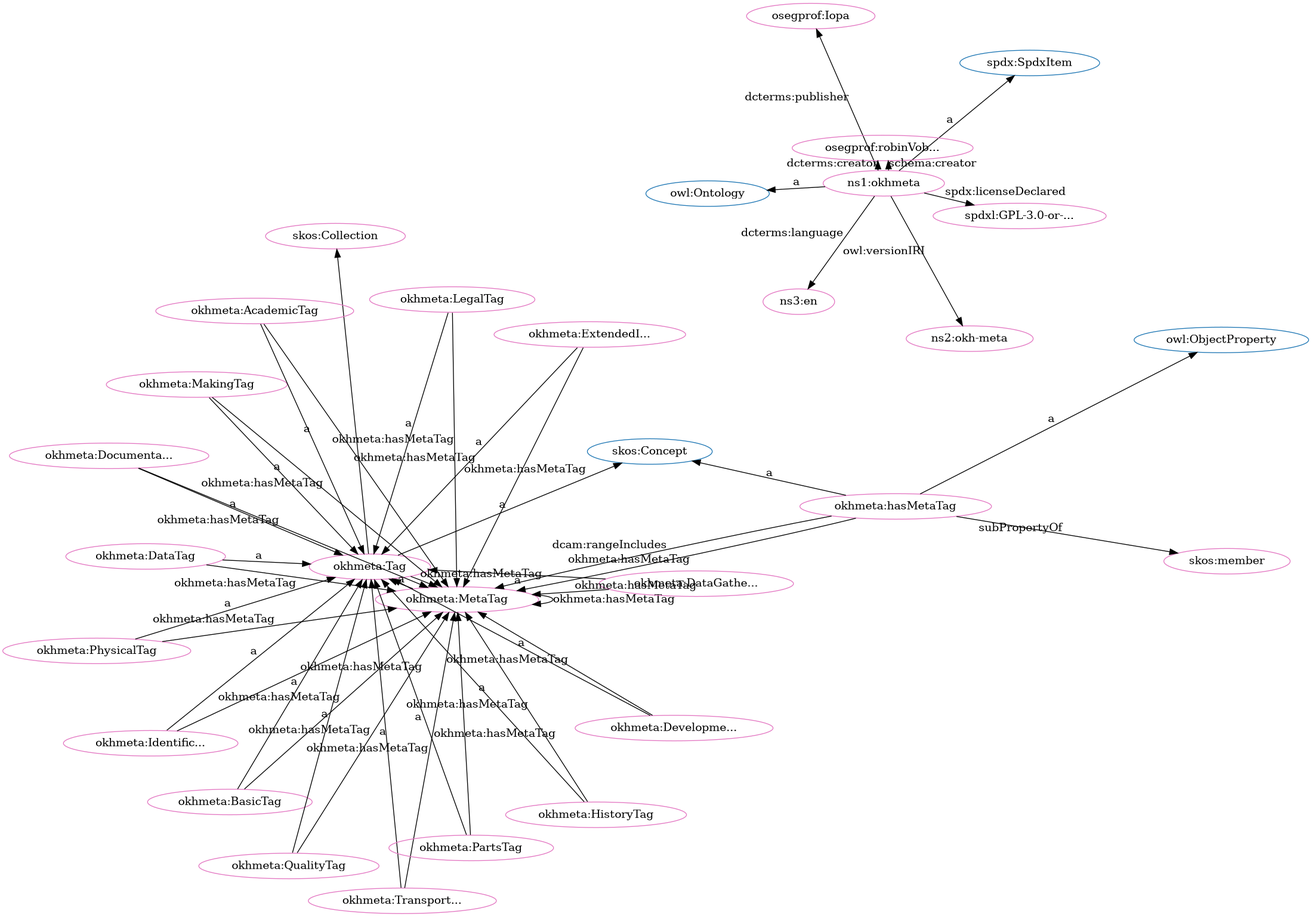
The Graphviz diagram src/spec/fdp_okh-meta.png in iop-alliance/OpenKnowHow, before a commit. Its source is kept beside it as src/spec/fdp_okh-meta.dot.
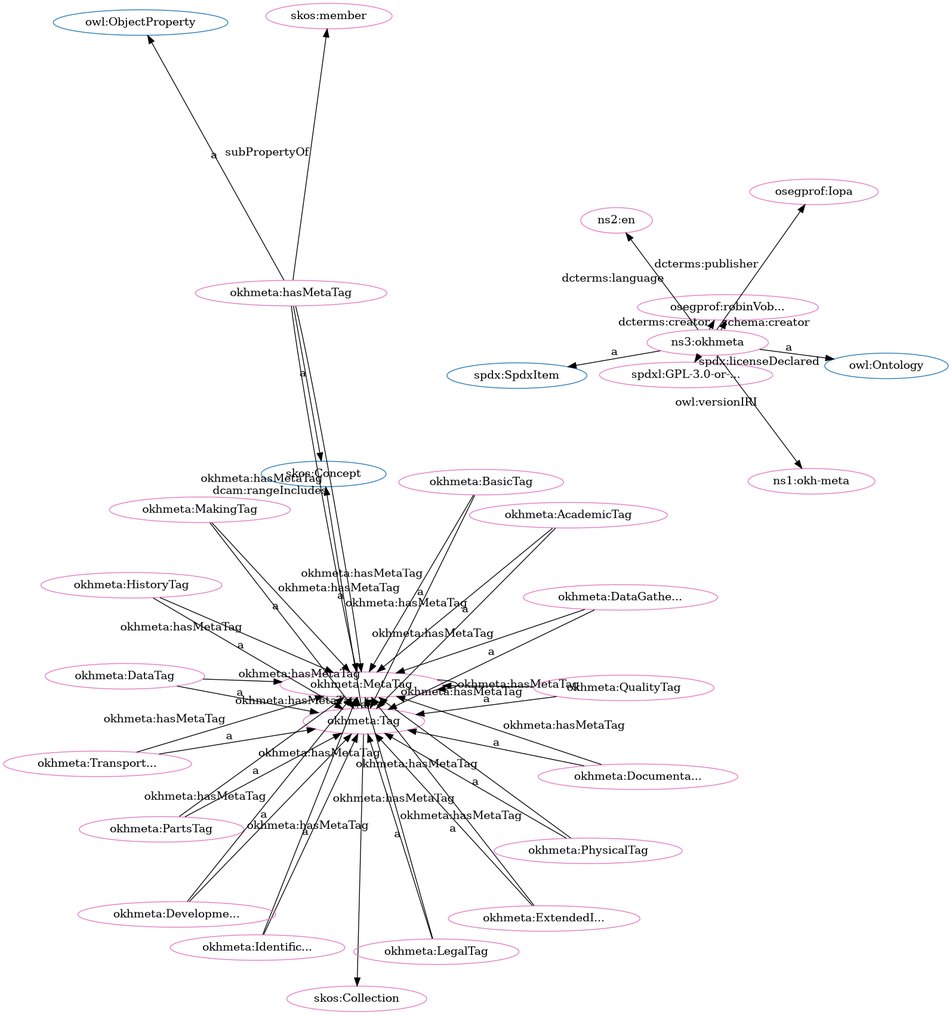
After the change.

What changed in the source:
```diff
@@ -1,84 +1,84 @@
 digraph G {
   rankdir=BT
   node[height=.3]
-"http://www.w3.org/2002/07/owl#Ontology" [fillcolor="#1f77b4" color="#1f77b4" label="owl:Ontology"]
+"http://w3id.org/oseg/ont/okhmeta#Tag" [fillcolor="#1f77b4" color="#1f77b4" label="okhmeta:Tag"]
+"http://spdx.org/rdf/terms#SpdxItem" [fillcolor="#1f77b4" color="#1f77b4" label="spdx:SpdxItem"]
 "http://www.w3.org/2004/02/skos/core#Concept" [fillcolor="#1f77b4" color="#1f77b4" label="skos:Concept"]
 "http://www.w3.org/2004/02/skos/core#Collection" [fillcolor="#1f77b4" color="#1f77b4" label="skos:Collection"]
-"http://w3id.org/oseg/ont/okhmeta#Tag" [fillcolor="#1f77b4" color="#1f77b4" label="okhmeta:Tag"]
 "http://www.w3.org/2002/07/owl#ObjectProperty" [fillcolor="#1f77b4" color="#1f77b4" label="owl:ObjectProperty"]
-"http://spdx.org/rdf/terms#SpdxItem" [fillcolor="#1f77b4" color="#1f77b4" label="spdx:SpdxItem"]
+"http://www.w3.org/2002/07/owl#Ontology" [fillcolor="#1f77b4" color="#1f77b4" label="owl:Ontology"]
+"http://w3id.org/oseg/ont/okhmeta#QualityTag" [fillcolor="#e377c2" color="#e377c2" label="okhmeta:QualityTag"]
+"http://w3id.org/oseg/ont/1.1.0/okh-meta" [fillcolor="#e377c2" color="#e377c2" label="ns1:okh-meta"]
 "http://w3id.org/oseg/ont/okhmeta#MetaTag" [fillcolor="#e377c2" color="#e377c2" label="okhmeta:MetaTag"]
-"http://w3id.org/oseg/ont/okhmeta#BasicTag" [fillcolor="#e377c2" color="#e377c2" label="okhmeta:BasicTag"]
-"http://w3id.org/oseg/ont/okhmeta#DevelopmentTag" [fillcolor="#e377c2" color="#e377c2" label="okhmeta:Developme..."]
+"http://w3id.org/oseg/ont/okhmeta#LegalTag" [fillcolor="#e377c2" color="#e377c2" label="okhmeta:LegalTag"]
+"http://w3id.org/oseg/ont/oseg-profiles#robinVobruba" [fillcolor="#e377c2" color="#e377c2" label="osegprof:robinVob..."]
+"http://w3id.org/oseg/ont/okhmeta#PhysicalTag" [fillcolor="#e377c2" color="#e377c2" label="okhmeta:PhysicalTag"]
+"http://w3id.org/oseg/ont/oseg-profiles#Iopa" [fillcolor="#e377c2" color="#e377c2" label="osegprof:Iopa"]
 "http://w3id.org/oseg/ont/okhmeta#hasMetaTag" [fillcolor="#e377c2" color="#e377c2" label="okhmeta:hasMetaTag"]
-"http://w3id.org/oseg/ont/okhmeta" [fillcolor="#e377c2" color="#e377c2" label="ns1:okhmeta"]
-"http://w3id.org/oseg/ont/oseg-profiles#Iopa" [fillcolor="#e377c2" color="#e377c2" label="osegprof:Iopa"]
+"http://id.loc.gov/vocabulary/iso639-1/en" [fillcolor="#e377c2" color="#e377c2" label="ns2:en"]
+"http://w3id.org/oseg/ont/okhmeta#TransportationTag" [fillcolor="#e377c2" color="#e377c2" label="okhmeta:Transport..."]
+"http://w3id.org/oseg/ont/okhmeta#PartsTag" [fillcolor="#e377c2" color="#e377c2" label="okhmeta:PartsTag"]
+"http://w3id.org/oseg/ont/okhmeta#IdentificationTag" [fillcolor="#e377c2" color="#e377c2" label="okhmeta:Identific..."]
+"http://w3id.org/oseg/ont/okhmeta#MakingTag" [fillcolor="#e377c2" color="#e377c2" label="okhmeta:MakingTag"]
+"http://w3id.org/oseg/ont/okhmeta#AcademicTag" [fillcolor="#e377c2" color="#e377c2" label="okhmeta:AcademicTag"]
 "http://www.w3.org/2004/02/skos/core#Collection" [fillcolor="#e377c2" color="#e377c2" label="skos:Collection"]
-"http://w3id.org/oseg/ont/okhmeta#LegalTag" [fillcolor="#e377c2" color="#e377c2" label="okhmeta:LegalTag"]
-"http://w3id.org/oseg/ont/1.1.0/okh-meta" [fillcolor="#e377c2" color="#e377c2" label="ns2:okh-meta"]
-"http://w3id.org/oseg/ont/okhmeta#DataGatheringTag" [fillcolor="#e377c2" color="#e377c2" label="okhmeta:DataGathe..."]
-"http://w3id.org/oseg/ont/oseg-profiles#robinVobruba" [fillcolor="#e377c2" color="#e377c2" label="osegprof:robinVob..."]
-"http://w3id.org/oseg/ont/okhmeta#TransportationTag" [fillcolor="#e377c2" color="#e377c2" label="okhmeta:Transport..."]
-"http://w3id.org/oseg/ont/okhmeta#MakingTag" [fillcolor="#e377c2" color="#e377c2" label="okhmeta:MakingTag"]
-"http://w3id.org/oseg/ont/okhmeta#HistoryTag" [fillcolor="#e377c2" color="#e377c2" label="okhmeta:HistoryTag"]
 "http://www.w3.org/2004/02/skos/core#member" [fillcolor="#e377c2" color="#e377c2" label="skos:member"]
-"http://w3id.org/oseg/ont/okhmeta#DataTag" [fillcolor="#e377c2" color="#e377c2" label="okhmeta:DataTag"]
-"http://w3id.org/oseg/ont/okhmeta#PartsTag" [fillcolor="#e377c2" color="#e377c2" label="okhmeta:PartsTag"]
-"http://id.loc.gov/vocabulary/iso639-1/en" [fillcolor="#e377c2" color="#e377c2" label="ns3:en"]
-"http://w3id.org/oseg/ont/okhmeta#AcademicTag" [fillcolor="#e377c2" color="#e377c2" label="okhmeta:AcademicTag"]
-"http://w3id.org/oseg/ont/okhmeta#PhysicalTag" [fillcolor="#e377c2" color="#e377c2" label="okhmeta:PhysicalTag"]
-"http://spdx.org/licenses/GPL-3.0-or-later" [fillcolor="#e377c2" color="#e377c2" label="spdxl:GPL-3.0-or-..."]
-"http://w3id.org/oseg/ont/okhmeta#QualityTag" [fillcolor="#e377c2" color="#e377c2" label="okhmeta:QualityTag"]
 "http://w3id.org/oseg/ont/okhmeta#ExtendedInfoTag" [fillcolor="#e377c2" color="#e377c2" label="okhmeta:ExtendedI..."]
 "http://w3id.org/oseg/ont/okhmeta#DocumentationTag" [fillcolor="#e377c2" color="#e377c2" label="okhmeta:Documenta..."]
-"http://w3id.org/oseg/ont/okhmeta#IdentificationTag" [fillcolor="#e377c2" color="#e377c2" label="okhmeta:Identific..."]
+"http://w3id.org/oseg/ont/okhmeta#HistoryTag" [fillcolor="#e377c2" color="#e377c2" label="okhmeta:HistoryTag"]
+"http://w3id.org/oseg/ont/okhmeta#BasicTag" [fillcolor="#e377c2" color="#e377c2" label="okhmeta:BasicTag"]
+"http://w3id.org/oseg/ont/okhmeta#DataGatheringTag" [fillcolor="#e377c2" color="#e377c2" label="okhmeta:DataGathe..."]
+"http://w3id.org/oseg/ont/okhmeta#DevelopmentTag" [fillcolor="#e377c2" color="#e377c2" label="okhmeta:Developme..."]
 "http://w3id.org/oseg/ont/okhmeta#Tag" [fillcolor="#e377c2" color="#e377c2" label="okhmeta:Tag"]
+"http://spdx.org/licenses/GPL-3.0-or-later" [fillcolor="#e377c2" color="#e377c2" label="spdxl:GPL-3.0-or-..."]
+"http://w3id.org/oseg/ont/okhmeta" [fillcolor="#e377c2" color="#e377c2" label="ns3:okhmeta"]
+"http://w3id.org/oseg/ont/okhmeta#DataTag" [fillcolor="#e377c2" color="#e377c2" label="okhmeta:DataTag"]
+  "http://w3id.org/oseg/ont/okhmeta#QualityTag" -> "http://w3id.org/oseg/ont/okhmeta#Tag" [label="a"]
+  "http://w3id.org/oseg/ont/okhmeta" -> "http://w3id.org/oseg/ont/1.1.0/okh-meta" [label="owl:versionIRI"]
+  "http://w3id.org/oseg/ont/okhmeta#hasMetaTag" -> "http://w3id.org/oseg/ont/okhmeta#MetaTag" [label="dcam:rangeIncludes"]
+  "http://w3id.org/oseg/ont/okhmeta#AcademicTag" -> "http://w3id.org/oseg/ont/okhmeta#MetaTag" [label="okhmeta:hasMetaTag"]
+  "http://w3id.org/oseg/ont/okhmeta" -> "http://w3id.org/oseg/ont/oseg-profiles#Iopa" [label="dcterms:publisher"]
+  "http://w3id.org/oseg/ont/okhmeta#DataTag" -> "http://w3id.org/oseg/ont/okhmeta#MetaTag" [label="okhmeta:hasMetaTag"]
+  "http://w3id.org/oseg/ont/okhmeta#hasMetaTag" -> "http://www.w3.org/2004/02/skos/core#Concept" [label="a"]
+  "http://w3id.org/oseg/ont/okhmeta#PartsTag" -> "http://w3id.org/oseg/ont/okhmeta#MetaTag" [label="okhmeta:hasMetaTag"]
+  "http://w3id.org/oseg/ont/okhmeta#MakingTag" -> "http://w3id.org/oseg/ont/okhmeta#MetaTag" [label="okhmeta:hasMetaTag"]
+  "http://w3id.org/oseg/ont/okhmeta#LegalTag" -> "http://w3id.org/oseg/ont/okhmeta#MetaTag" [label="okhmeta:hasMetaTag"]
+  "http://w3id.org/oseg/ont/okhmeta#PartsTag" -> "http://w3id.org/oseg/ont/okhmeta#Tag" [label="a"]
+  "http://w3id.org/oseg/ont/okhmeta#IdentificationTag" -> "http://w3id.org/oseg/ont/okhmeta#Tag" [label="a"]
+  "http://w3id.org/oseg/ont/okhmeta#DocumentationTag" -> "http://w3id.org/oseg/ont/okhmeta#MetaTag" [label="okhmeta:hasMetaTag"]
+  "http://w3id.org/oseg/ont/okhmeta#HistoryTag" -> "http://w3id.org/oseg/ont/okhmeta#MetaTag" [label="okhmeta:hasMetaTag"]
+  "http://w3id.org/oseg/ont/okhmeta#MakingTag" -> "http://w3id.org/oseg/ont/okhmeta#Tag" [label="a"]
+  "http://w3id.org/oseg/ont/okhmeta#DevelopmentTag" -> "http://w3id.org/oseg/ont/okhmeta#MetaTag" [label="okhmeta:hasMetaTag"]
+  "http://w3id.org/oseg/ont/okhmeta#hasMetaTag" -> "http://www.w3.org/2004/02/skos/core#member" [label="subPropertyOf"]
+  "http://w3id.org/oseg/ont/okhmeta#DocumentationTag" -> "http://w3id.org/oseg/ont/okhmeta#Tag" [label="a"]
+  "http://w3id.org/oseg/ont/okhmeta#HistoryTag" -> "http://w3id.org/oseg/ont/okhmeta#Tag" [label="a"]
+  "http://w3id.org/oseg/ont/okhmeta#DevelopmentTag" -> "http://w3id.org/oseg/ont/okhmeta#Tag" [label="a"]
+  "http://w3id.org/oseg/ont/okhmeta" -> "http://www.w3.org/2002/07/owl#Ontology" [label="a"]
+  "http://w3id.org/oseg/ont/okhmeta#DataTag" -> "http://w3id.org/oseg/ont/okhmeta#Tag" [label="a"]
+  "http://w3id.org/oseg/ont/okhmeta#hasMetaTag" -> "http://w3id.org/oseg/ont/okhmeta#MetaTag" [label="okhmeta:hasMetaTag"]
+  "http://w3id.org/oseg/ont/okhmeta#LegalTag" -> "http://w3id.org/oseg/ont/okhmeta#Tag" [label="a"]
+  "http://w3id.org/oseg/ont/okhmeta#Tag" -> "http://w3id.org/oseg/ont/okhmeta#MetaTag" [label="okhmeta:hasMetaTag"]
+  "http://w3id.org/oseg/ont/okhmeta#PhysicalTag" -> "http://w3id.org/oseg/ont/okhmeta#MetaTag" [label="okhmeta:hasMetaTag"]
+  "http://w3id.org/oseg/ont/okhmeta#MetaTag" -> "http://w3id.org/oseg/ont/okhmeta#Tag" [label="a"]
+  "http://w3id.org/oseg/ont/okhmeta" -> "http://spdx.org/rdf/terms#SpdxItem" [label="a"]
+  "http://w3id.org/oseg/ont/okhmeta#TransportationTag" -> "http://w3id.org/oseg/ont/okhmeta#MetaTag" [label="okhmeta:hasMetaTag"]
+  "http://w3id.org/oseg/ont/okhmeta" -> "http://w3id.org/oseg/ont/oseg-profiles#robinVobruba" [label="dcterms:creator"]
+  "http://w3id.org/oseg/ont/okhmeta#PhysicalTag" -> "http://w3id.org/oseg/ont/okhmeta#Tag" [label="a"]
+  "http://w3id.org/oseg/ont/okhmeta" -> "http://id.loc.gov/vocabulary/iso639-1/en" [label="dcterms:language"]
+  "http://w3id.org/oseg/ont/okhmeta#TransportationTag" -> "http://w3id.org/oseg/ont/okhmeta#Tag" [label="a"]
   "http://w3id.org/oseg/ont/okhmeta#MetaTag" -> "http://w3id.org/oseg/ont/okhmeta#MetaTag" [label="okhmeta:hasMetaTag"]
+  "http://w3id.org/oseg/ont/okhmeta#ExtendedInfoTag" -> "http://w3id.org/oseg/ont/okhmeta#MetaTag" [label="okhmeta:hasMetaTag"]
+  "http://w3id.org/oseg/ont/okhmeta" -> "http://w3id.org/oseg/ont/oseg-profiles#robinVobruba" [label="schema:creator"]
+  "http://w3id.org/oseg/ont/okhmeta#Tag" -> "http://www.w3.org/2004/02/skos/core#Collection" [label=""]
+  "http://w3id.org/oseg/ont/okhmeta#DataGatheringTag" -> "http://w3id.org/oseg/ont/okhmeta#MetaTag" [label="okhmeta:hasMetaTag"]
   "http://w3id.org/oseg/ont/okhmeta#hasMetaTag" -> "http://www.w3.org/2002/07/owl#ObjectProperty" [label="a"]
-  "http://w3id.org/oseg/ont/okhmeta#HistoryTag" -> "http://w3id.org/oseg/ont/okhmeta#MetaTag" [label="okhmeta:hasMetaTag"]
-  "http://w3id.org/oseg/ont/okhmeta#DataTag" -> "http://w3id.org/oseg/ont/okhmeta#MetaTag" [label="okhmeta:hasMetaTag"]
-  "http://w3id.org/oseg/ont/okhmeta#PartsTag" -> "http://w3id.org/oseg/ont/okhmeta#MetaTag" [label="okhmeta:hasMetaTag"]
-  "http://w3id.org/oseg/ont/okhmeta" -> "http://w3id.org/oseg/ont/1.1.0/okh-meta" [label="owl:versionIRI"]
-  "http://w3id.org/oseg/ont/okhmeta#AcademicTag" -> "http://w3id.org/oseg/ont/okhmeta#MetaTag" [label="okhmeta:hasMetaTag"]
+  "http://w3id.org/oseg/ont/okhmeta#ExtendedInfoTag" -> "http://w3id.org/oseg/ont/okhmeta#Tag" [label="a"]
+  "http://w3id.org/oseg/ont/okhmeta#BasicTag" -> "http://w3id.org/oseg/ont/okhmeta#Tag" [label="a"]
+  "http://w3id.org/oseg/ont/okhmeta#DataGatheringTag" -> "http://w3id.org/oseg/ont/okhmeta#Tag" [label="a"]
+  "http://w3id.org/oseg/ont/okhmeta#IdentificationTag" -> "http://w3id.org/oseg/ont/okhmeta#MetaTag" [label="okhmeta:hasMetaTag"]
   "http://w3id.org/oseg/ont/okhmeta#QualityTag" -> "http://w3id.org/oseg/ont/okhmeta#MetaTag" [label="okhmeta:hasMetaTag"]
-  "http://w3id.org/oseg/ont/okhmeta" -> "http://w3id.org/oseg/ont/oseg-profiles#robinVobruba" [label="dcterms:creator"]
-  "http://w3id.org/oseg/ont/okhmeta#MakingTag" -> "http://w3id.org/oseg/ont/okhmeta#Tag" [label="a"]
-  "http://w3id.org/oseg/ont/okhmeta#hasMetaTag" -> "http://www.w3.org/2004/02/skos/core#member" [label="subPropertyOf"]
-  "http://w3id.org/oseg/ont/okhmeta" -> "http://id.loc.gov/vocabulary/iso639-1/en" [label="dcterms:language"]
-  "http://w3id.org/oseg/ont/okhmeta#PhysicalTag" -> "http://w3id.org/oseg/ont/okhmeta#Tag" [label="a"]
+  "http://w3id.org/oseg/ont/okhmeta#Tag" -> "http://www.w3.org/2004/02/skos/core#Concept" [label="a"]
   "http://w3id.org/oseg/ont/okhmeta" -> "http://spdx.org/licenses/GPL-3.0-or-later" [label="spdx:licenseDeclared"]
-  "http://w3id.org/oseg/ont/okhmeta#hasMetaTag" -> "http://www.w3.org/2004/02/skos/core#Concept" [label="a"]
-  "http://w3id.org/oseg/ont/okhmeta#ExtendedInfoTag" -> "http://w3id.org/oseg/ont/okhmeta#Tag" [label="a"]
-  "http://w3id.org/oseg/ont/okhmeta#DocumentationTag" -> "http://w3id.org/oseg/ont/okhmeta#Tag" [label="a"]
-  "http://w3id.org/oseg/ont/okhmeta#IdentificationTag" -> "http://w3id.org/oseg/ont/okhmeta#Tag" [label="a"]
-  "http://w3id.org/oseg/ont/okhmeta#Tag" -> "http://www.w3.org/2004/02/skos/core#Concept" [label="a"]
-  "http://w3id.org/oseg/ont/okhmeta#BasicTag" -> "http://w3id.org/oseg/ont/okhmeta#Tag" [label="a"]
-  "http://w3id.org/oseg/ont/okhmeta#MakingTag" -> "http://w3id.org/oseg/ont/okhmeta#MetaTag" [label="okhmeta:hasMetaTag"]
-  "http://w3id.org/oseg/ont/okhmeta#DevelopmentTag" -> "http://w3id.org/oseg/ont/okhmeta#Tag" [label="a"]
-  "http://w3id.org/oseg/ont/okhmeta" -> "http://spdx.org/rdf/terms#SpdxItem" [label="a"]
-  "http://w3id.org/oseg/ont/okhmeta" -> "http://w3id.org/oseg/ont/oseg-profiles#Iopa" [label="dcterms:publisher"]
-  "http://w3id.org/oseg/ont/okhmeta#Tag" -> "http://www.w3.org/2004/02/skos/core#Collection" [label=""]
-  "http://w3id.org/oseg/ont/okhmeta#LegalTag" -> "http://w3id.org/oseg/ont/okhmeta#Tag" [label="a"]
-  "http://w3id.org/oseg/ont/okhmeta#hasMetaTag" -> "http://w3id.org/oseg/ont/okhmeta#MetaTag" [label="okhmeta:hasMetaTag"]
-  "http://w3id.org/oseg/ont/okhmeta#PhysicalTag" -> "http://w3id.org/oseg/ont/okhmeta#MetaTag" [label="okhmeta:hasMetaTag"]
-  "http://w3id.org/oseg/ont/okhmeta#DataGatheringTag" -> "http://w3id.org/oseg/ont/okhmeta#Tag" [label="a"]
-  "http://w3id.org/oseg/ont/okhmeta#ExtendedInfoTag" -> "http://w3id.org/oseg/ont/okhmeta#MetaTag" [label="okhmeta:hasMetaTag"]
-  "http://w3id.org/oseg/ont/okhmeta#DocumentationTag" -> "http://w3id.org/oseg/ont/okhmeta#MetaTag" [label="okhmeta:hasMetaTag"]
-  "http://w3id.org/oseg/ont/okhmeta#MetaTag" -> "http://w3id.org/oseg/ont/okhmeta#Tag" [label="a"]
-  "http://w3id.org/oseg/ont/okhmeta#TransportationTag" -> "http://w3id.org/oseg/ont/okhmeta#Tag" [label="a"]
-  "http://w3id.org/oseg/ont/okhmeta#Tag" -> "http://w3id.org/oseg/ont/okhmeta#MetaTag" [label="okhmeta:hasMetaTag"]
-  "http://w3id.org/oseg/ont/okhmeta#IdentificationTag" -> "http://w3id.org/oseg/ont/okhmeta#MetaTag" [label="okhmeta:hasMetaTag"]
-  "http://w3id.org/oseg/ont/okhmeta#HistoryTag" -> "http://w3id.org/oseg/ont/okhmeta#Tag" [label="a"]
   "http://w3id.org/oseg/ont/okhmeta#BasicTag" -> "http://w3id.org/oseg/ont/okhmeta#MetaTag" [label="okhmeta:hasMetaTag"]
-  "http://w3id.org/oseg/ont/okhmeta#DataTag" -> "http://w3id.org/oseg/ont/okhmeta#Tag" [label="a"]
-  "http://w3id.org/oseg/ont/okhmeta#DevelopmentTag" -> "http://w3id.org/oseg/ont/okhmeta#MetaTag" [label="okhmeta:hasMetaTag"]
-  "http://w3id.org/oseg/ont/okhmeta#PartsTag" -> "http://w3id.org/oseg/ont/okhmeta#Tag" [label="a"]
-  "http://w3id.org/oseg/ont/okhmeta#hasMetaTag" -> "http://w3id.org/oseg/ont/okhmeta#MetaTag" [label="dcam:rangeIncludes"]
-  "http://w3id.org/oseg/ont/okhmeta" -> "http://www.w3.org/2002/07/owl#Ontology" [label="a"]
   "http://w3id.org/oseg/ont/okhmeta#AcademicTag" -> "http://w3id.org/oseg/ont/okhmeta#Tag" [label="a"]
-  "http://w3id.org/oseg/ont/okhmeta#LegalTag" -> "http://w3id.org/oseg/ont/okhmeta#MetaTag" [label="okhmeta:hasMetaTag"]
-  "http://w3id.org/oseg/ont/okhmeta#QualityTag" -> "http://w3id.org/oseg/ont/okhmeta#Tag" [label="a"]
-  "http://w3id.org/oseg/ont/okhmeta" -> "http://w3id.org/oseg/ont/oseg-profiles#robinVobruba" [label="schema:creator"]
-  "http://w3id.org/oseg/ont/okhmeta#DataGatheringTag" -> "http://w3id.org/oseg/ont/okhmeta#MetaTag" [label="okhmeta:hasMetaTag"]
-  "http://w3id.org/oseg/ont/okhmeta#TransportationTag" -> "http://w3id.org/oseg/ont/okhmeta#MetaTag" [label="okhmeta:hasMetaTag"]
 }
```
